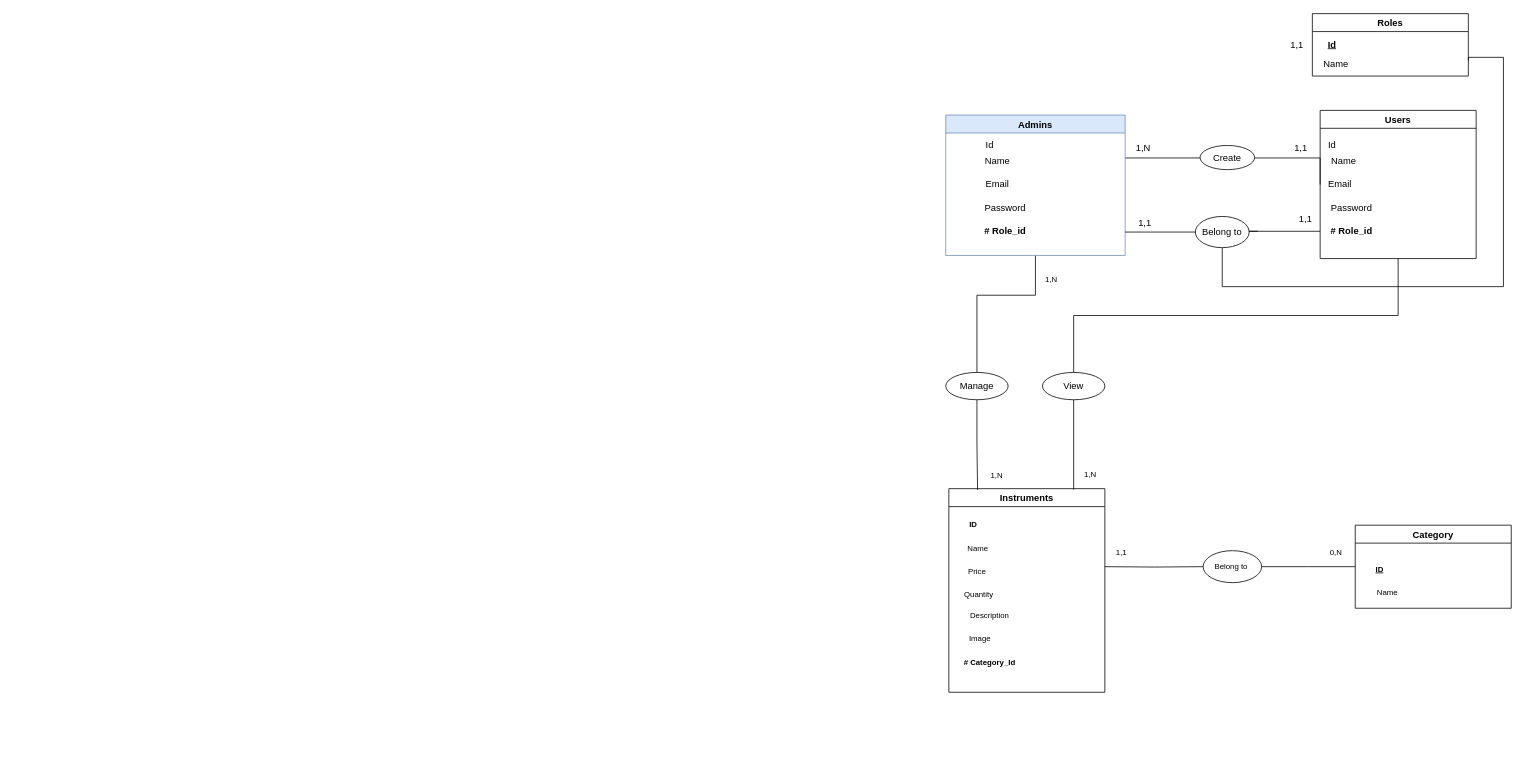
Above: Merise/merise_diagram_rock_stars.drawio in mounirelbakkali1/GestionInstrumentsMusique (draw.io), before the change. Source tidied: cells renumbered, new cells numbered last; positions are measured from the earlier drawing's top-left corner, leaving out a move shared by most shapes. Both pictures are drawn from the tidied source at 78%, with x=0, y=0 at pixel (945, 13).
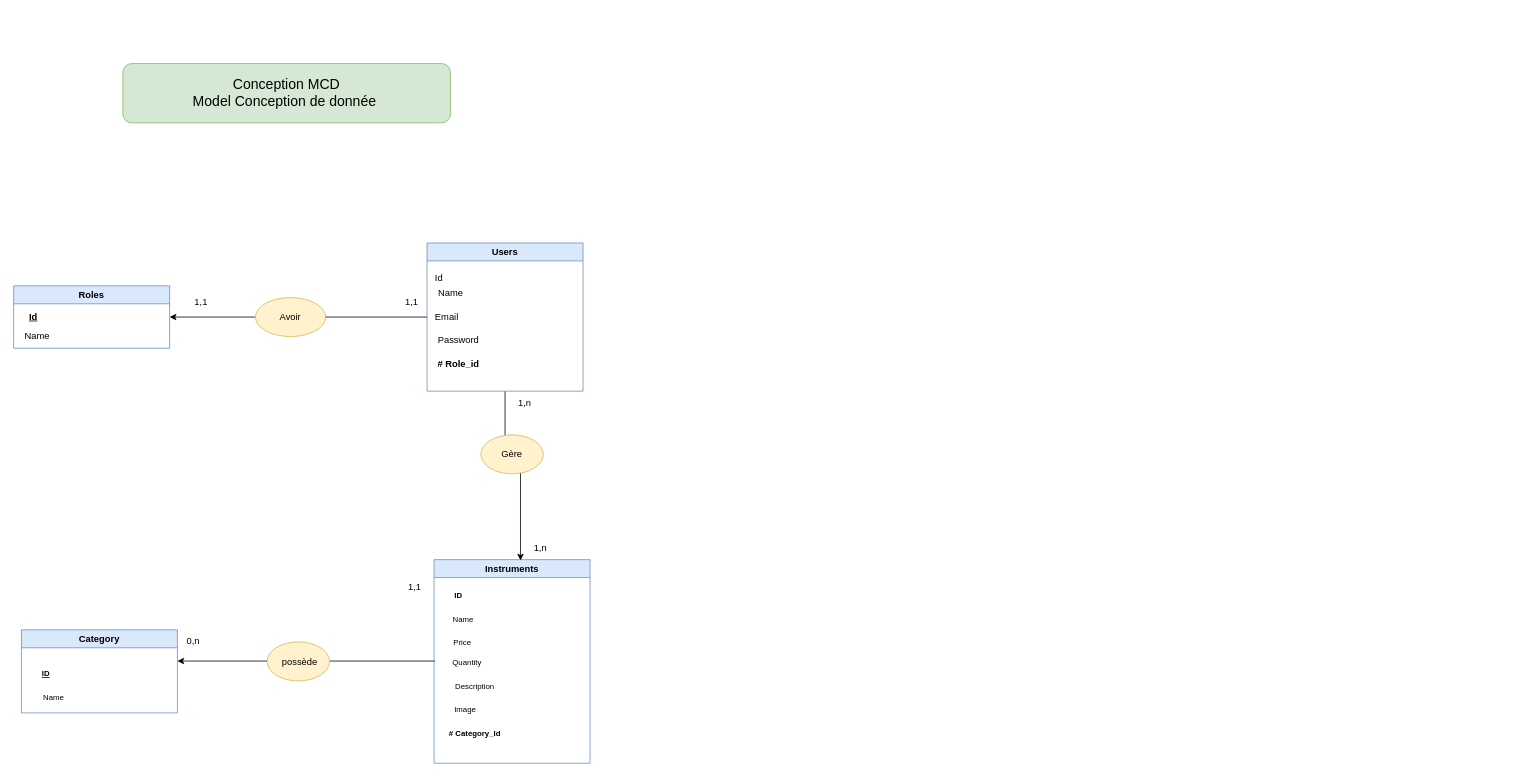
After the change.

Commit message:
merise MCD updated

Change to the diagram source:
```diff
@@
-    <mxCell id="2" style="edgeStyle=orthogonalEdgeStyle;rounded=0;jettySize=auto;html=1;endArrow=none;endFill=0;entryX=0;entryY=0.5;entryDx=0;entryDy=0;" parent="1" edge="1" target="46">
-      <mxGeometry relative="1" as="geometry">
-        <mxPoint x="204" y="709" as="sourcePoint" />
-      </mxGeometry>
-    </mxCell>
-    <mxCell id="3" value="Instruments" style="swimlane;" parent="1" vertex="1">
-      <mxGeometry x="4" y="609" width="200" height="261" as="geometry" />
+    <mxCell id="3" value="Instruments" style="swimlane;fillColor=#dae8fc;strokeColor=#6c8ebf;" parent="1" vertex="1">
+      <mxGeometry x="-656" y="700" width="200" height="261" as="geometry" />
     </mxCell>
@@
+    <mxCell id="52" value="Quantity" style="text;html=1;align=center;verticalAlign=middle;strokeColor=none;fillColor=none;fontSize=10;" parent="3" vertex="1">
+      <mxGeometry x="12" y="115.5" width="60" height="30" as="geometry" />
+    </mxCell>
+    <mxCell id="53" style="edgeStyle=orthogonalEdgeStyle;rounded=0;orthogonalLoop=1;jettySize=auto;html=1;" parent="1" edge="1">
+      <mxGeometry relative="1" as="geometry">
+        <mxPoint x="-655" y="830" as="sourcePoint" />
+        <mxPoint x="-985" y="830" as="targetPoint" />
+      </mxGeometry>
+    </mxCell>
+    <mxCell id="54" style="edgeStyle=orthogonalEdgeStyle;rounded=0;jettySize=auto;html=1;entryX=1;entryY=0.5;entryDx=0;entryDy=0;startArrow=none;" parent="1" edge="1" source="65" target="29">
+      <mxGeometry relative="1" as="geometry" />
+    </mxCell>
+    <mxCell id="55" style="edgeStyle=orthogonalEdgeStyle;rounded=0;jettySize=auto;html=1;entryX=0.554;entryY=0.004;entryDx=0;entryDy=0;entryPerimeter=0;" parent="1" edge="1" source="14" target="3">
+      <mxGeometry relative="1" as="geometry">
+        <Array as="points">
+          <mxPoint x="-565" y="551" />
+          <mxPoint x="-545" y="551" />
+        </Array>
+      </mxGeometry>
+    </mxCell>
+    <mxCell id="14" value="Users" style="swimlane;startSize=23;fillColor=#dae8fc;strokeColor=#6c8ebf;" parent="1" vertex="1">
+      <mxGeometry x="-665" y="294" width="200" height="190" as="geometry" />
+    </mxCell>
+    <mxCell id="15" value="Id" style="text;html=1;align=center;verticalAlign=middle;strokeColor=none;fillColor=none;" parent="14" vertex="1">
+      <mxGeometry y="30" width="30" height="30" as="geometry" />
+    </mxCell>
+    <mxCell id="56" value="Name" style="text;html=1;align=center;verticalAlign=middle;strokeColor=none;fillColor=none;" parent="14" vertex="1">
+      <mxGeometry y="50" width="60" height="30" as="geometry" />
+    </mxCell>
+    <mxCell id="17" value="Email" style="text;html=1;align=center;verticalAlign=middle;strokeColor=none;fillColor=none;" parent="14" vertex="1">
+      <mxGeometry y="80" width="50" height="30" as="geometry" />
+    </mxCell>
+    <mxCell id="18" value="Password" style="text;html=1;align=center;verticalAlign=middle;strokeColor=none;fillColor=none;" parent="14" vertex="1">
+      <mxGeometry y="110" width="80" height="30" as="geometry" />
+    </mxCell>
+    <mxCell id="19" value="&lt;b&gt;# Role_id&lt;/b&gt;" style="text;html=1;align=center;verticalAlign=middle;points=[];strokeColor=none;fillColor=none;" parent="14" vertex="1">
+      <mxGeometry y="140" width="80" height="30" as="geometry" />
+    </mxCell>
-    <mxCell id="10" value="Category" style="swimlane;" parent="1" vertex="1">
-      <mxGeometry x="525" y="655.8" width="200" height="106.5" as="geometry" />
+    <mxCell id="10" value="Category" style="swimlane;fillColor=#dae8fc;strokeColor=#6c8ebf;" parent="1" vertex="1">
+      <mxGeometry x="-1185" y="790" width="200" height="106.5" as="geometry" />
     </mxCell>
@@
-    <mxCell id="13" style="edgeStyle=orthogonalEdgeStyle;rounded=0;jettySize=auto;html=1;endArrow=none;endFill=0;exitX=1;exitY=0.5;exitDx=0;exitDy=0;" parent="1" edge="1" source="46">
-      <mxGeometry relative="1" as="geometry">
-        <mxPoint x="525" y="709" as="targetPoint" />
-      </mxGeometry>
-    </mxCell>
-    <mxCell id="14" value="Users" style="swimlane;startSize=23;" parent="1" vertex="1">
-      <mxGeometry x="480" y="124" width="200" height="190" as="geometry" />
-    </mxCell>
-    <mxCell id="15" value="Id" style="text;html=1;align=center;verticalAlign=middle;strokeColor=none;fillColor=none;" parent="14" vertex="1">
-      <mxGeometry y="30" width="30" height="30" as="geometry" />
-    </mxCell>
-    <mxCell id="16" value="Name" style="text;html=1;align=center;verticalAlign=middle;strokeColor=none;fillColor=none;" parent="14" vertex="1">
-      <mxGeometry y="50" width="60" height="30" as="geometry" />
-    </mxCell>
-    <mxCell id="17" value="Email" style="text;html=1;align=center;verticalAlign=middle;strokeColor=none;fillColor=none;" parent="14" vertex="1">
-      <mxGeometry y="80" width="50" height="30" as="geometry" />
-    </mxCell>
-    <mxCell id="18" value="Password" style="text;html=1;align=center;verticalAlign=middle;strokeColor=none;fillColor=none;" parent="14" vertex="1">
-      <mxGeometry y="110" width="80" height="30" as="geometry" />
-    </mxCell>
-    <mxCell id="19" value="&lt;b&gt;# Role_id&lt;/b&gt;" style="text;html=1;align=center;verticalAlign=middle;points=[];strokeColor=none;fillColor=none;" parent="14" vertex="1">
-      <mxGeometry y="140" width="80" height="30" as="geometry" />
-    </mxCell>
-    <mxCell id="20" style="edgeStyle=orthogonalEdgeStyle;rounded=0;jettySize=auto;html=1;entryX=0;entryY=0.5;entryDx=0;entryDy=0;endArrow=none;endFill=0;" parent="1" edge="1" source="22" target="14">
-      <mxGeometry relative="1" as="geometry">
-        <Array as="points">
-          <mxPoint x="480" y="185" />
-        </Array>
-      </mxGeometry>
-    </mxCell>
-    <mxCell id="21" style="edgeStyle=orthogonalEdgeStyle;rounded=0;jettySize=auto;html=1;entryX=0.5;entryY=0;entryDx=0;entryDy=0;endArrow=none;endFill=0;" parent="1" edge="1" source="22" target="42">
-      <mxGeometry relative="1" as="geometry">
-        <Array as="points">
-          <mxPoint x="115" y="361" />
-          <mxPoint x="40" y="361" />
-        </Array>
-      </mxGeometry>
-    </mxCell>
-    <mxCell id="22" value="Admins" style="swimlane;startSize=23;fillColor=#dae8fc;strokeColor=#6c8ebf;" parent="1" vertex="1">
-      <mxGeometry y="130" width="230" height="180" as="geometry" />
-    </mxCell>
-    <mxCell id="23" value="Id" style="text;html=1;align=center;verticalAlign=middle;strokeColor=none;fillColor=none;" parent="1" vertex="1">
-      <mxGeometry x="41" y="154" width="30" height="30" as="geometry" />
-    </mxCell>
-    <mxCell id="24" value="Name" style="text;html=1;align=center;verticalAlign=middle;strokeColor=none;fillColor=none;" parent="1" vertex="1">
-      <mxGeometry x="36" y="174" width="60" height="30" as="geometry" />
-    </mxCell>
-    <mxCell id="25" value="Email" style="text;html=1;align=center;verticalAlign=middle;strokeColor=none;fillColor=none;" parent="1" vertex="1">
-      <mxGeometry x="41" y="204" width="50" height="30" as="geometry" />
-    </mxCell>
-    <mxCell id="26" value="Password" style="text;html=1;align=center;verticalAlign=middle;strokeColor=none;fillColor=none;" parent="1" vertex="1">
-      <mxGeometry x="36" y="234" width="80" height="30" as="geometry" />
-    </mxCell>
-    <mxCell id="27" style="edgeStyle=orthogonalEdgeStyle;rounded=0;orthogonalLoop=1;jettySize=auto;html=1;endArrow=none;endFill=0;" parent="1" edge="1">
-      <mxGeometry relative="1" as="geometry">
-        <mxPoint x="230" y="280" as="sourcePoint" />
-        <mxPoint x="330" y="280" as="targetPoint" />
-      </mxGeometry>
-    </mxCell>
-    <mxCell id="28" value="&lt;b&gt;# Role_id&lt;/b&gt;" style="text;html=1;align=center;verticalAlign=middle;strokeColor=none;fillColor=none;" parent="1" vertex="1">
-      <mxGeometry x="36" y="264" width="80" height="30" as="geometry" />
-    </mxCell>
-    <mxCell id="29" value="Roles" style="swimlane;" parent="1" vertex="1">
-      <mxGeometry x="470" width="200" height="80" as="geometry" />
+    <mxCell id="29" value="Roles" style="swimlane;fillColor=#dae8fc;strokeColor=#6c8ebf;" parent="1" vertex="1">
+      <mxGeometry x="-1195" y="349" width="200" height="80" as="geometry" />
     </mxCell>
@@
-    <mxCell id="31" value="Name" style="text;html=1;align=center;verticalAlign=middle;strokeColor=none;fillColor=none;" parent="29" vertex="1">
-      <mxGeometry y="50" width="60" height="30" as="geometry" />
-    </mxCell>
-    <mxCell id="32" style="edgeStyle=orthogonalEdgeStyle;rounded=0;jettySize=auto;html=1;endArrow=none;endFill=0;" parent="1" edge="1" source="19">
-      <mxGeometry relative="1" as="geometry">
-        <mxPoint x="400" y="279" as="targetPoint" />
-        <Array as="points">
-          <mxPoint x="374" y="279" />
-        </Array>
-      </mxGeometry>
-    </mxCell>
-    <mxCell id="33" value="Create" style="ellipse;whiteSpace=wrap;html=1;" parent="1" vertex="1">
-      <mxGeometry x="326" y="169" width="70" height="31" as="geometry" />
-    </mxCell>
-    <mxCell id="34" value="1,N" style="text;html=1;align=center;verticalAlign=middle;strokeColor=none;fillColor=none;" parent="1" vertex="1">
-      <mxGeometry x="233" y="158" width="40" height="30" as="geometry" />
-    </mxCell>
-    <mxCell id="35" value="1,1" style="text;html=1;align=center;verticalAlign=middle;strokeColor=none;fillColor=none;" parent="1" vertex="1">
-      <mxGeometry x="435" y="158" width="40" height="30" as="geometry" />
-    </mxCell>
-    <mxCell id="36" style="edgeStyle=orthogonalEdgeStyle;rounded=0;jettySize=auto;html=1;endArrow=none;endFill=0;entryX=1;entryY=0.75;entryDx=0;entryDy=0;" parent="1" edge="1" source="37" target="29">
-      <mxGeometry relative="1" as="geometry">
-        <Array as="points">
-          <mxPoint x="355" y="350" />
-          <mxPoint x="715" y="350" />
-          <mxPoint x="715" y="56" />
-          <mxPoint x="670" y="56" />
-        </Array>
-      </mxGeometry>
-    </mxCell>
-    <mxCell id="37" value="Belong to" style="ellipse;whiteSpace=wrap;html=1;" parent="1" vertex="1">
-      <mxGeometry x="320" y="260" width="69" height="40" as="geometry" />
-    </mxCell>
-    <mxCell id="38" value="1,1" style="text;html=1;align=center;verticalAlign=middle;strokeColor=none;fillColor=none;" parent="1" vertex="1">
-      <mxGeometry x="441" y="248" width="40" height="30" as="geometry" />
-    </mxCell>
-    <mxCell id="39" value="1,1" style="text;html=1;align=center;verticalAlign=middle;strokeColor=none;fillColor=none;" parent="1" vertex="1">
-      <mxGeometry x="235" y="254" width="40" height="30" as="geometry" />
-    </mxCell>
-    <mxCell id="40" value="1,1" style="text;html=1;align=center;verticalAlign=middle;strokeColor=none;fillColor=none;" parent="1" vertex="1">
-      <mxGeometry x="430" y="25" width="40" height="30" as="geometry" />
-    </mxCell>
-    <mxCell id="41" style="edgeStyle=orthogonalEdgeStyle;rounded=0;jettySize=auto;html=1;entryX=0.184;entryY=0.006;entryDx=0;entryDy=0;entryPerimeter=0;endArrow=none;endFill=0;" parent="1" edge="1" source="42" target="3">
-      <mxGeometry relative="1" as="geometry" />
-    </mxCell>
-    <mxCell id="42" value="Manage" style="ellipse;whiteSpace=wrap;html=1;" parent="1" vertex="1">
-      <mxGeometry y="460" width="80" height="35" as="geometry" />
-    </mxCell>
-    <mxCell id="43" style="edgeStyle=orthogonalEdgeStyle;rounded=0;jettySize=auto;html=1;exitX=0.5;exitY=1;exitDx=0;exitDy=0;entryX=0.5;entryY=0;entryDx=0;entryDy=0;endArrow=none;endFill=0;" parent="1" edge="1" source="14" target="45">
-      <mxGeometry relative="1" as="geometry" />
-    </mxCell>
-    <mxCell id="44" style="edgeStyle=orthogonalEdgeStyle;rounded=0;jettySize=auto;html=1;entryX=0.8;entryY=0.005;entryDx=0;entryDy=0;entryPerimeter=0;endArrow=none;endFill=0;" parent="1" edge="1" source="45" target="3">
-      <mxGeometry relative="1" as="geometry" />
-    </mxCell>
-    <mxCell id="45" value="View" style="ellipse;whiteSpace=wrap;html=1;" parent="1" vertex="1">
-      <mxGeometry x="124" y="460" width="80" height="35" as="geometry" />
-    </mxCell>
-    <mxCell id="46" value="&lt;font style=&quot;font-size: 10px;&quot;&gt;Belong to&amp;nbsp;&lt;/font&gt;" style="ellipse;whiteSpace=wrap;html=1;" parent="1" vertex="1">
-      <mxGeometry x="330" y="688.5" width="75" height="41" as="geometry" />
-    </mxCell>
-    <mxCell id="47" value="0,N" style="text;html=1;align=center;verticalAlign=middle;strokeColor=none;fillColor=none;fontSize=10;" parent="1" vertex="1">
-      <mxGeometry x="480" y="675" width="40" height="30" as="geometry" />
-    </mxCell>
-    <mxCell id="48" value="1,1" style="text;html=1;align=center;verticalAlign=middle;strokeColor=none;fillColor=none;fontSize=10;" parent="1" vertex="1">
-      <mxGeometry x="205" y="675" width="40" height="30" as="geometry" />
-    </mxCell>
-    <mxCell id="49" value="1,N" style="text;html=1;align=center;verticalAlign=middle;strokeColor=none;fillColor=none;fontSize=10;" parent="1" vertex="1">
-      <mxGeometry x="115" y="325" width="40" height="30" as="geometry" />
-    </mxCell>
-    <mxCell id="50" value="1,N" style="text;html=1;align=center;verticalAlign=middle;strokeColor=none;fillColor=none;fontSize=10;" parent="1" vertex="1">
-      <mxGeometry x="165" y="575" width="40" height="30" as="geometry" />
-    </mxCell>
-    <mxCell id="51" value="1,N" style="text;html=1;align=center;verticalAlign=middle;strokeColor=none;fillColor=none;fontSize=10;" parent="1" vertex="1">
-      <mxGeometry x="45" y="577" width="40" height="30" as="geometry" />
-    </mxCell>
-    <mxCell id="52" value="Quantity" style="text;html=1;align=center;verticalAlign=middle;strokeColor=none;fillColor=none;fontSize=10;" parent="1" vertex="1">
-      <mxGeometry x="12" y="729" width="60" height="30" as="geometry" />
-    </mxCell>
+    <mxCell id="57" value="Name" style="text;html=1;align=center;verticalAlign=middle;strokeColor=none;fillColor=none;" parent="29" vertex="1">
+      <mxGeometry y="50" width="60" height="30" as="geometry" />
+    </mxCell>
+    <mxCell id="58" value="1,1" style="text;html=1;align=center;verticalAlign=middle;strokeColor=none;fillColor=none;" parent="1" vertex="1">
+      <mxGeometry x="-705" y="355" width="40" height="30" as="geometry" />
+    </mxCell>
+    <mxCell id="59" value="1,1" style="text;html=1;align=center;verticalAlign=middle;strokeColor=none;fillColor=none;" parent="1" vertex="1">
+      <mxGeometry x="-975" y="355" width="40" height="30" as="geometry" />
+    </mxCell>
+    <mxCell id="60" value="1,1" style="text;html=1;align=center;verticalAlign=middle;strokeColor=none;fillColor=none;" parent="1" vertex="1">
+      <mxGeometry x="-701" y="720" width="40" height="30" as="geometry" />
+    </mxCell>
+    <mxCell id="61" value="0,n" style="text;html=1;align=center;verticalAlign=middle;strokeColor=none;fillColor=none;" parent="1" vertex="1">
+      <mxGeometry x="-985" y="790" width="40" height="30" as="geometry" />
+    </mxCell>
+    <mxCell id="62" value="1,n" style="text;html=1;align=center;verticalAlign=middle;strokeColor=none;fillColor=none;" parent="1" vertex="1">
+      <mxGeometry x="-560" y="484" width="40" height="30" as="geometry" />
+    </mxCell>
+    <mxCell id="63" value="1,n" style="text;html=1;align=center;verticalAlign=middle;strokeColor=none;fillColor=none;" parent="1" vertex="1">
+      <mxGeometry x="-540" y="670" width="40" height="30" as="geometry" />
+    </mxCell>
+    <mxCell id="64" value="&lt;font style=&quot;font-size: 18px;&quot;&gt;Conception MCD&lt;br&gt;Model Conception de donnée&amp;nbsp;&lt;/font&gt;" style="rounded=1;whiteSpace=wrap;html=1;fillColor=#d5e8d4;strokeColor=#82b366;" parent="1" vertex="1">
+      <mxGeometry x="-1055" y="64" width="420" height="76" as="geometry" />
+    </mxCell>
+    <mxCell id="65" style="ellipse;whiteSpace=wrap;html=1;fillColor=#fff2cc;strokeColor=#d6b656;" parent="1" vertex="1">
+      <mxGeometry x="-885" y="364" width="90" height="50" as="geometry" />
+    </mxCell>
+    <mxCell id="66" style="edgeStyle=orthogonalEdgeStyle;rounded=0;jettySize=auto;html=1;entryX=1;entryY=0.5;entryDx=0;entryDy=0;endArrow=none;" parent="1" edge="1" source="14" target="65">
+      <mxGeometry relative="1" as="geometry" />
+    </mxCell>
+    <mxCell id="67" value="Avoir" style="text;html=1;strokeColor=none;fillColor=none;align=center;verticalAlign=middle;whiteSpace=wrap;rounded=0;" parent="1" vertex="1">
+      <mxGeometry x="-870" y="374" width="60" height="30" as="geometry" />
+    </mxCell>
+    <mxCell id="68" style="ellipse;whiteSpace=wrap;html=1;fillColor=#fff2cc;strokeColor=#d6b656;" parent="1" vertex="1">
+      <mxGeometry x="-596" y="540" width="80" height="50" as="geometry" />
+    </mxCell>
+    <mxCell id="69" value="Gère" style="text;html=1;strokeColor=none;fillColor=none;align=center;verticalAlign=middle;whiteSpace=wrap;rounded=0;" parent="1" vertex="1">
+      <mxGeometry x="-586" y="550" width="60" height="30" as="geometry" />
+    </mxCell>
+    <mxCell id="70" style="ellipse;whiteSpace=wrap;html=1;fillColor=#fff2cc;strokeColor=#d6b656;" parent="1" vertex="1">
+      <mxGeometry x="-870" y="805.5" width="80" height="50" as="geometry" />
+    </mxCell>
+    <mxCell id="71" value="possède" style="text;html=1;strokeColor=none;fillColor=none;align=center;verticalAlign=middle;whiteSpace=wrap;rounded=0;" parent="1" vertex="1">
+      <mxGeometry x="-858" y="815.5" width="60" height="30" as="geometry" />
+    </mxCell>
```
